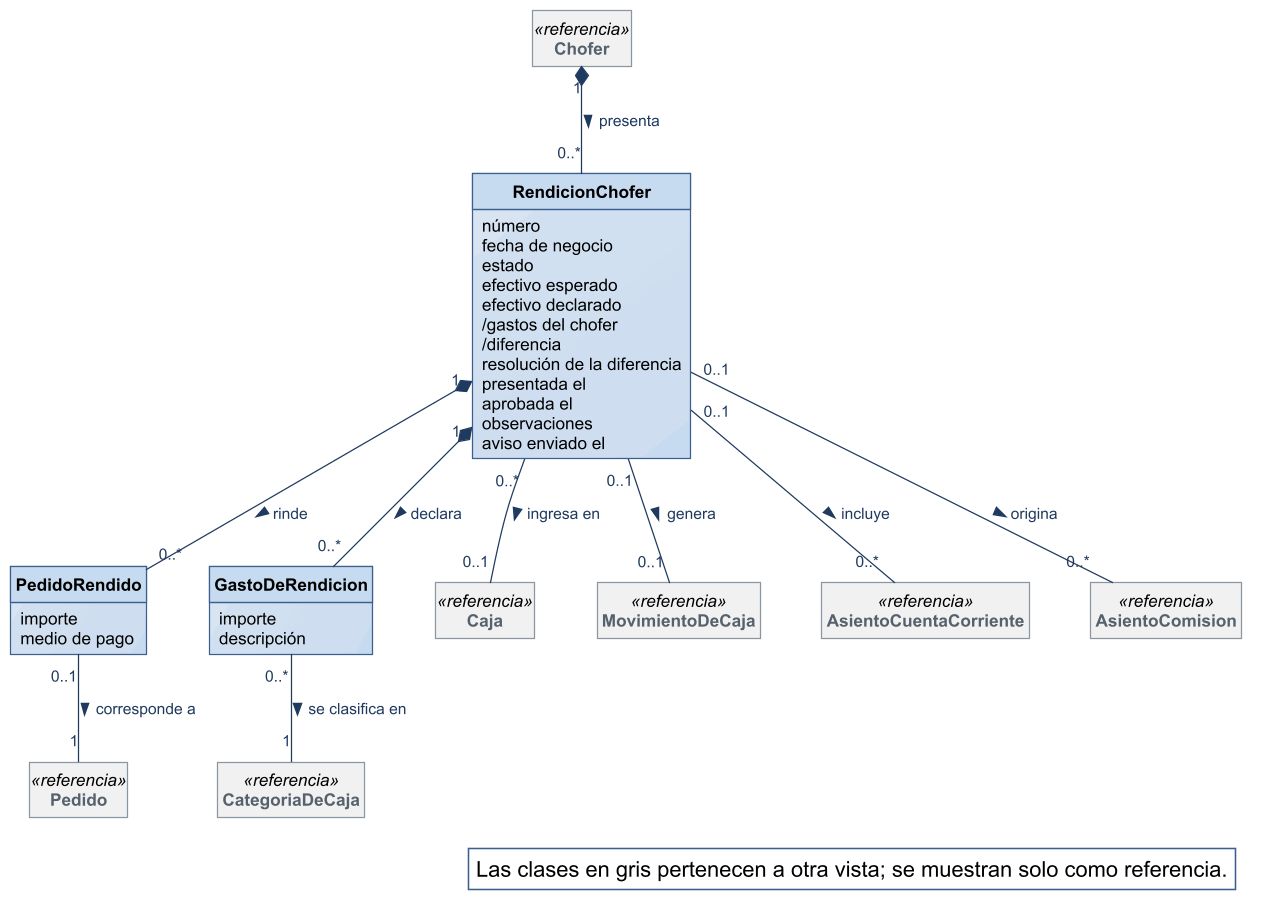
The PlantUML diagram diagramas/modelo-conceptual/MC_Rendiciones.png in Nahuelito-Dev/splg-docs, before a commit.
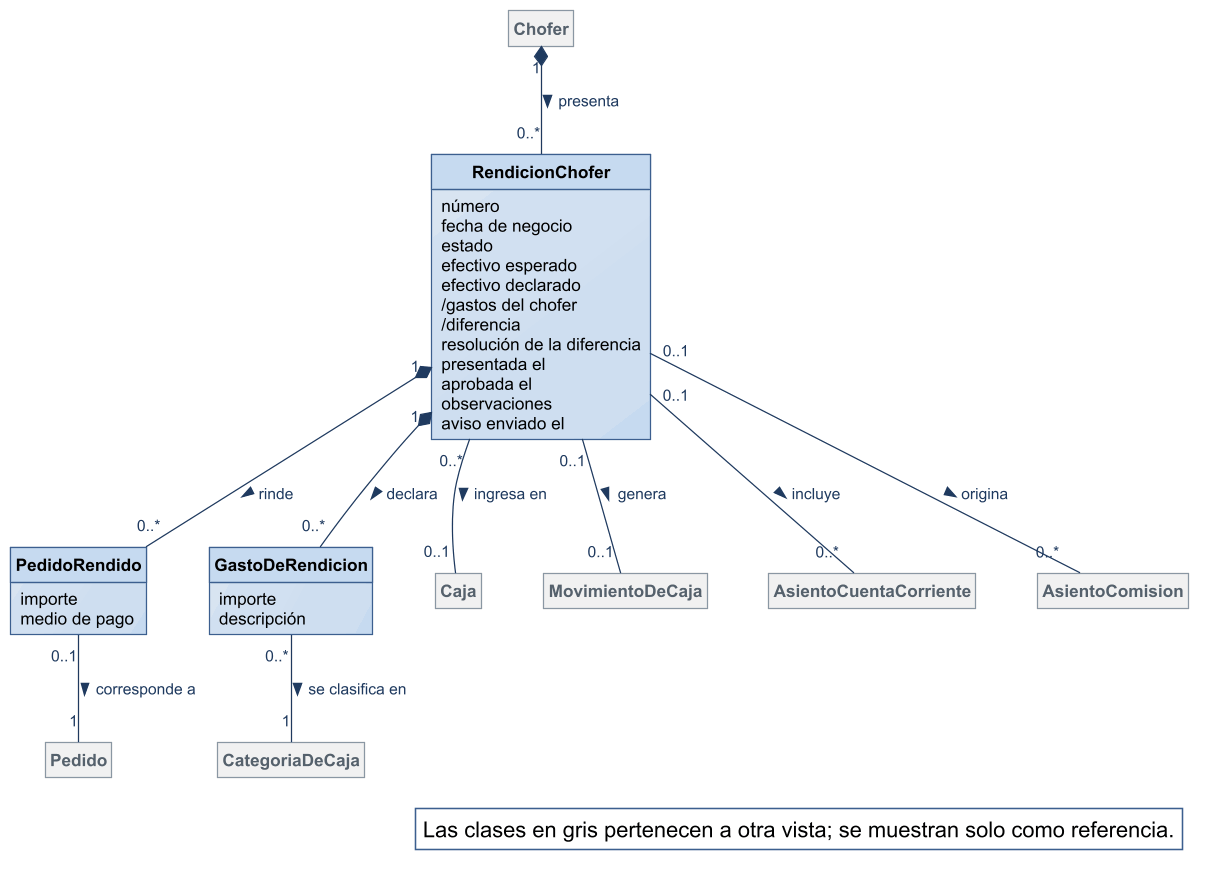
Above is the later version.

What changed in the source:
```diff
@@ -2,11 +2,6 @@
 !include ../estilo-vp.iuml
 skinparam nodesep 40
 skinparam ranksep 55
-skinparam class<<referencia>> {
-  BackgroundColor #F1F1F1
-  BorderColor #8A97A3
-  FontColor #55616C
-}
 skinparam packageStyle rectangle
 hide circle
 hide methods
@@ -34,13 +29,13 @@
   importe
   descripción
 }
-class Chofer <<referencia>>
-class Pedido <<referencia>>
-class Caja <<referencia>>
-class MovimientoDeCaja <<referencia>>
-class CategoriaDeCaja <<referencia>>
-class AsientoCuentaCorriente <<referencia>>
-class AsientoComision <<referencia>>
+class Chofer #F1F1F1;line:8A97A3;text:55616C
+class Pedido #F1F1F1;line:8A97A3;text:55616C
+class Caja #F1F1F1;line:8A97A3;text:55616C
+class MovimientoDeCaja #F1F1F1;line:8A97A3;text:55616C
+class CategoriaDeCaja #F1F1F1;line:8A97A3;text:55616C
+class AsientoCuentaCorriente #F1F1F1;line:8A97A3;text:55616C
+class AsientoComision #F1F1F1;line:8A97A3;text:55616C
 
 
 Chofer "1" *-- "0..*" RendicionChofer : presenta >
```
